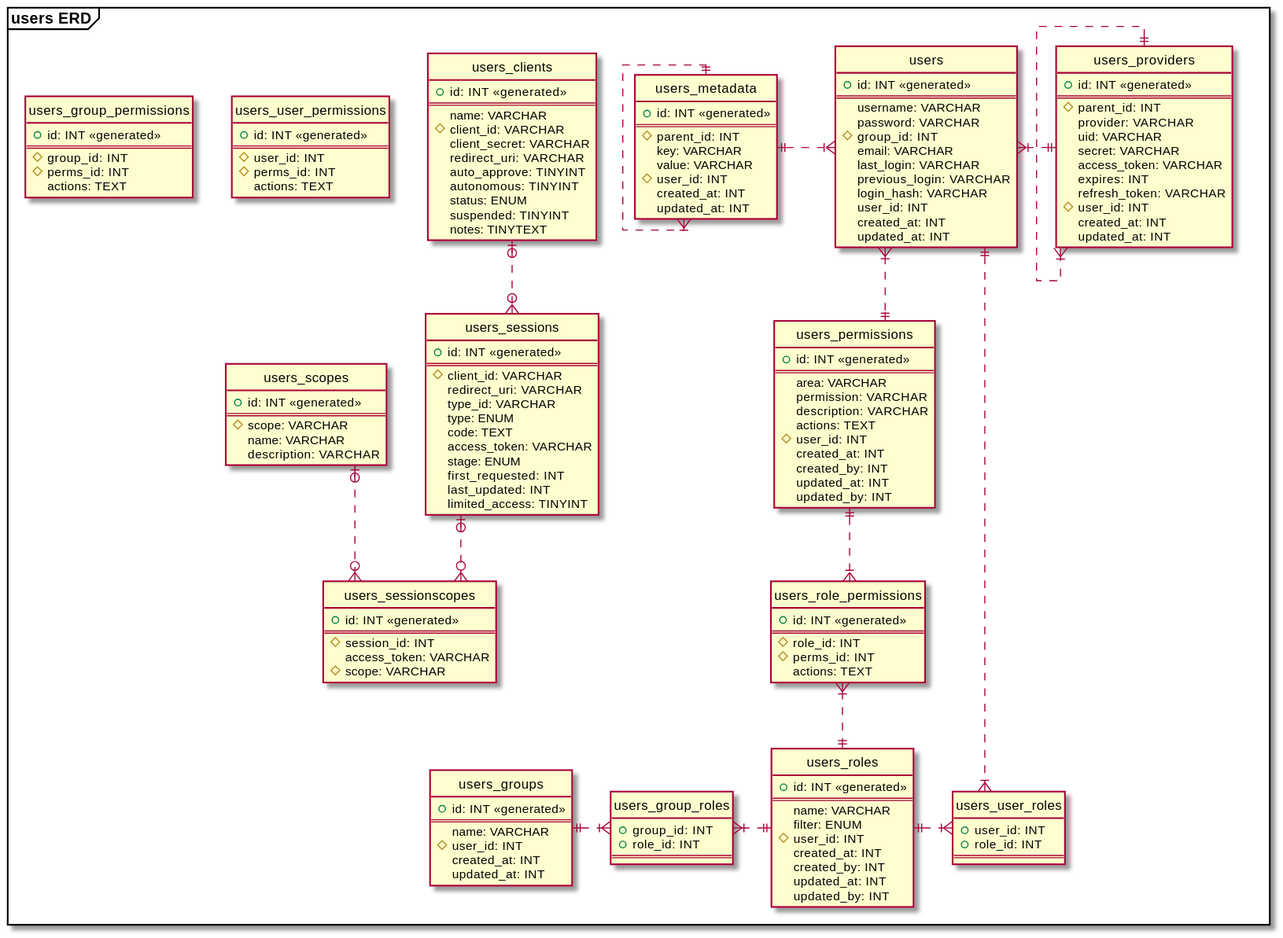
Before: image/svg/users_erd.svg, a diagram exported from PlantUML (kim-yuchul-okan/subsystem-erd). Source of this version:
```plantuml
@startuml

hide circle

skinparam linetype ortho

frame "users ERD" {
  entity "users_clients" {
    + id: INT  <<generated>>
    ==
    name: VARCHAR
    # client_id: VARCHAR
    client_secret: VARCHAR
    redirect_uri: VARCHAR
    auto_approve: TINYINT
    autonomous: TINYINT
    status: ENUM
    suspended: TINYINT
    notes: TINYTEXT
  }
  entity "users_sessions" {
    + id: INT <<generated>>
    ==
    # client_id: VARCHAR
    redirect_uri: VARCHAR
    type_id: VARCHAR
    type: ENUM
    code: TEXT
    access_token: VARCHAR
    stage: ENUM
    first_requested: INT
    last_updated: INT
    limited_access: TINYINT
  }
  entity "users_sessionscopes" {
    + id: INT <<generated>>
    ==
    # session_id: INT
    access_token: VARCHAR
    # scope: VARCHAR
  }
  entity "users_scopes" {
    + id: INT <<generated>>
    ==
    # scope: VARCHAR
    name: VARCHAR
    description: VARCHAR
  }
  users_clients |o.d.o{  users_sessions
  users_sessions |o.d.o{  users_sessionscopes
  users_scopes |o.d.o{  users_sessionscopes
  entity "users_user_roles" {
    + user_id: INT
    + role_id: INT
    ==
  }
  entity "users_permissions" {
    + id: INT <<generated>>
    ==
    area: VARCHAR
    permission: VARCHAR
    description: VARCHAR
    actions: TEXT
    # user_id: INT
    created_at: INT
    created_by: INT
    updated_at: INT
    updated_by: INT
  }
  entity "users_metadata" {
    + id: INT <<generated>>
    ==
    # parent_id: INT
    key: VARCHAR
    value: VARCHAR
    # user_id: INT
    created_at: INT
    updated_at: INT
  }
  entity "users_providers" {
    + id: INT <<generated>>
    ==
    # parent_id: INT
    provider: VARCHAR
    uid: VARCHAR
    secret: VARCHAR
    access_token: VARCHAR
    expires: INT
    refresh_token: VARCHAR
    # user_id: INT
    created_at: INT
    updated_at: INT
  }
  entity "users_group_roles" {
    + group_id: INT
    + role_id: INT
    ==
  }
  entity "users_role_permissions" {
    + id: INT <<generated>>
    ==
    # role_id: INT
    # perms_id: INT
    actions: TEXT
  }
  entity "users_roles" {
    + id: INT <<generated>>
    ==
    name: VARCHAR
    filter: ENUM
    # user_id: INT
    created_at: INT
    created_by: INT
    updated_at: INT
    updated_by: INT
  }
  entity "users_groups" {
    + id: INT <<generated>>
    ==
    name: VARCHAR
    # user_id: INT
    created_at: INT
    updated_at: INT
  }
  entity "users" {
    + id: INT <<generated>>
    ==
    username: VARCHAR
    password: VARCHAR
    # group_id: INT
    email: VARCHAR
    last_login: VARCHAR
    previous_login: VARCHAR
    login_hash: VARCHAR
    user_id: INT
    created_at: INT
    updated_at: INT
  }
  users }|.l.|| users_metadata
  users }|.r.|| users_providers
  users }|.d.|| users_permissions
  users ||..|{ users_user_roles
  users_roles ||.r.|{ users_user_roles
  users_roles ||.l.|{ users_group_roles
  users_group_roles }|.l.|| users_groups
  users_metadata ||..|{ users_metadata
  users_providers ||..|{ users_providers
  users_role_permissions }|..|| users_roles
  users_permissions ||.d.|{ users_role_permissions
  entity "users_user_permissions" {
    + id: INT <<generated>>
    ==
    # user_id: INT
    # perms_id: INT
    actions: TEXT
  }
  entity "users_group_permissions" {
    + id: INT <<generated>>
    ==
    # group_id: INT
    # perms_id: INT
    actions: TEXT
  }
}

@enduml
```
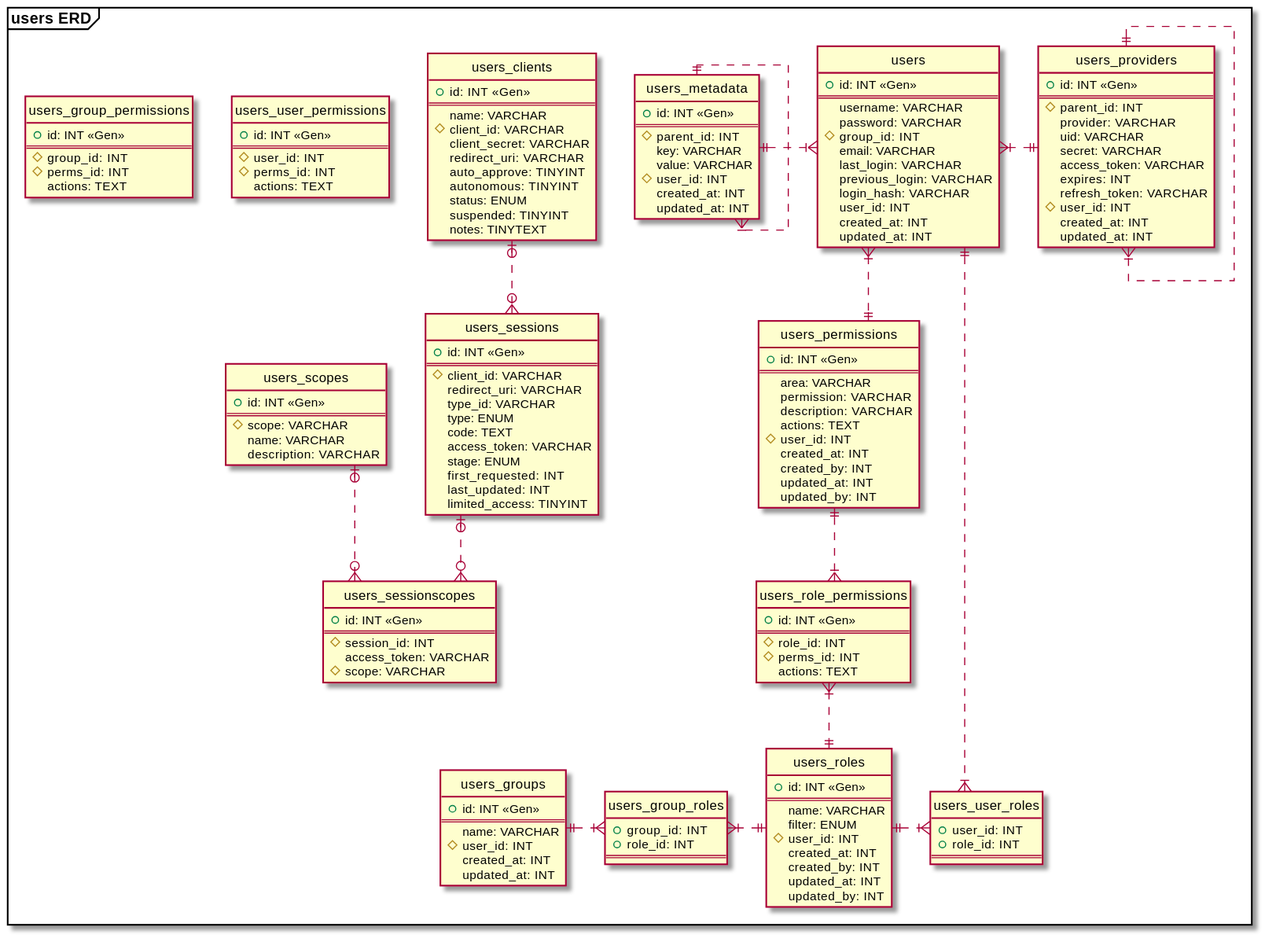
After the commit.

Change to the diagram source:
```diff
@@ -6,7 +6,7 @@
 
 frame "users ERD" {
   entity "users_clients" {
-    + id: INT  <<generated>>
+    + id: INT  <<Gen>>
     ==
     name: VARCHAR
     # client_id: VARCHAR
@@ -19,7 +19,7 @@
     notes: TINYTEXT
   }
   entity "users_sessions" {
-    + id: INT <<generated>>
+    + id: INT <<Gen>>
     ==
     # client_id: VARCHAR
     redirect_uri: VARCHAR
@@ -33,14 +33,14 @@
     limited_access: TINYINT
   }
   entity "users_sessionscopes" {
-    + id: INT <<generated>>
+    + id: INT <<Gen>>
     ==
     # session_id: INT
     access_token: VARCHAR
     # scope: VARCHAR
   }
   entity "users_scopes" {
-    + id: INT <<generated>>
+    + id: INT <<Gen>>
     ==
     # scope: VARCHAR
     name: VARCHAR
@@ -55,7 +55,7 @@
     ==
   }
   entity "users_permissions" {
-    + id: INT <<generated>>
+    + id: INT <<Gen>>
     ==
     area: VARCHAR
     permission: VARCHAR
@@ -68,7 +68,7 @@
     updated_by: INT
   }
   entity "users_metadata" {
-    + id: INT <<generated>>
+    + id: INT <<Gen>>
     ==
     # parent_id: INT
     key: VARCHAR
@@ -78,7 +78,7 @@
     updated_at: INT
   }
   entity "users_providers" {
-    + id: INT <<generated>>
+    + id: INT <<Gen>>
     ==
     # parent_id: INT
     provider: VARCHAR
@@ -97,14 +97,14 @@
     ==
   }
   entity "users_role_permissions" {
-    + id: INT <<generated>>
+    + id: INT <<Gen>>
     ==
     # role_id: INT
     # perms_id: INT
     actions: TEXT
   }
   entity "users_roles" {
-    + id: INT <<generated>>
+    + id: INT <<Gen>>
     ==
     name: VARCHAR
     filter: ENUM
@@ -115,7 +115,7 @@
     updated_by: INT
   }
   entity "users_groups" {
-    + id: INT <<generated>>
+    + id: INT <<Gen>>
     ==
     name: VARCHAR
     # user_id: INT
@@ -123,7 +123,7 @@
     updated_at: INT
   }
   entity "users" {
-    + id: INT <<generated>>
+    + id: INT <<Gen>>
     ==
     username: VARCHAR
     password: VARCHAR
@@ -148,14 +148,14 @@
   users_role_permissions }|..|| users_roles
   users_permissions ||.d.|{ users_role_permissions
   entity "users_user_permissions" {
-    + id: INT <<generated>>
+    + id: INT <<Gen>>
     ==
     # user_id: INT
     # perms_id: INT
     actions: TEXT
   }
   entity "users_group_permissions" {
-    + id: INT <<generated>>
+    + id: INT <<Gen>>
     ==
     # group_id: INT
     # perms_id: INT
```
